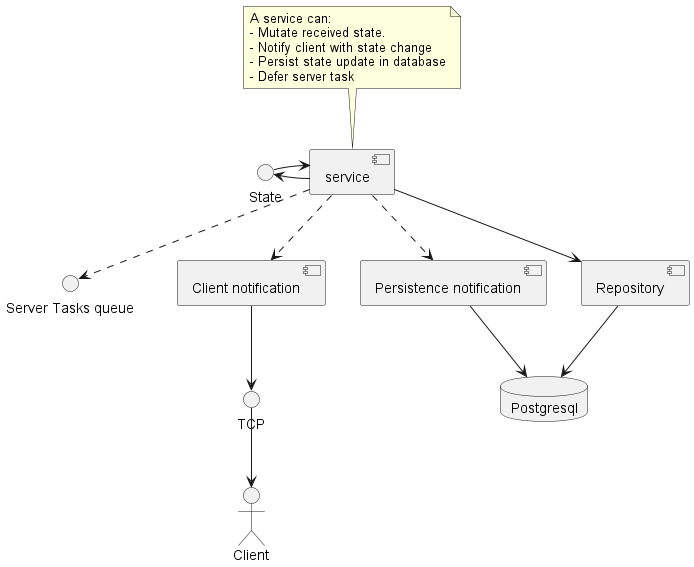
This is doc/diagram/service_layer.png from nmeylan/rust-ro, a PlantUML export, as it was before one commit.
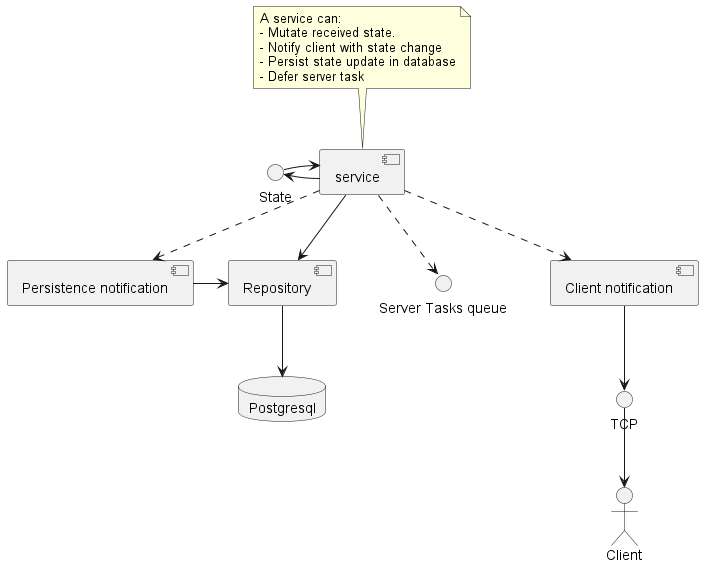
After the change.

The edit, as a diff of the source:
```diff
@@ -12,12 +12,12 @@
 mutin <- service
 mutin -> service
 service ..> response
+service ..> task_queue
+
+persistence -right-> repository
+repository --> database
 service ..> persistence
-service ..> task_queue
 service --> repository
-
-persistence --> database
-repository --> database
 
 interface TCP
 response --> TCP
```
